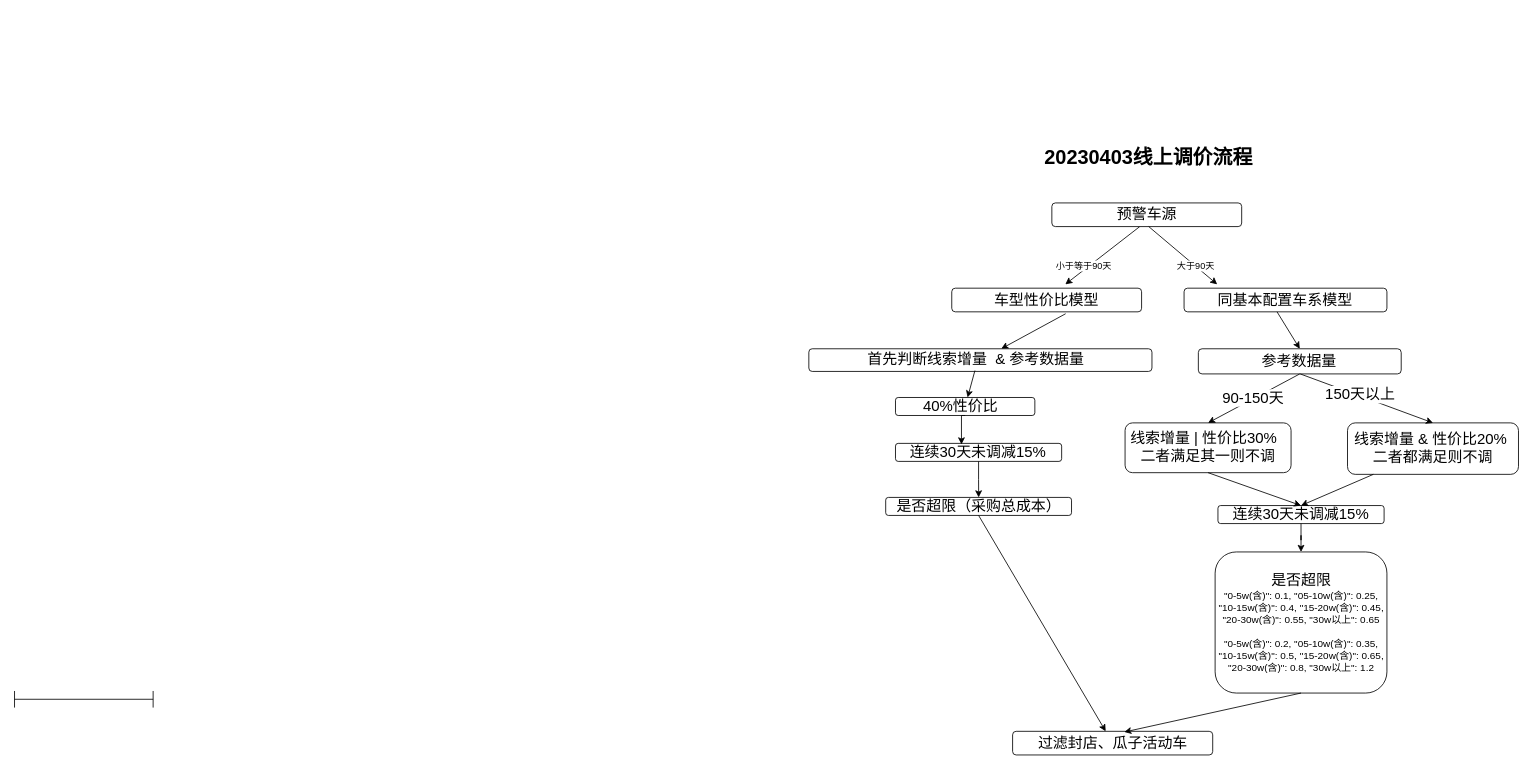
Earlier version of the draw.io diagram c2c智能推广.drawio (mrlonely001/gittest). Source tidied: cells renumbered, new cells numbered last; positions are measured from the earlier drawing's top-left corner, leaving out a move shared by most shapes. Both pictures are drawn from the tidied source at 83%, with x=0, y=0 at pixel (14, 144).
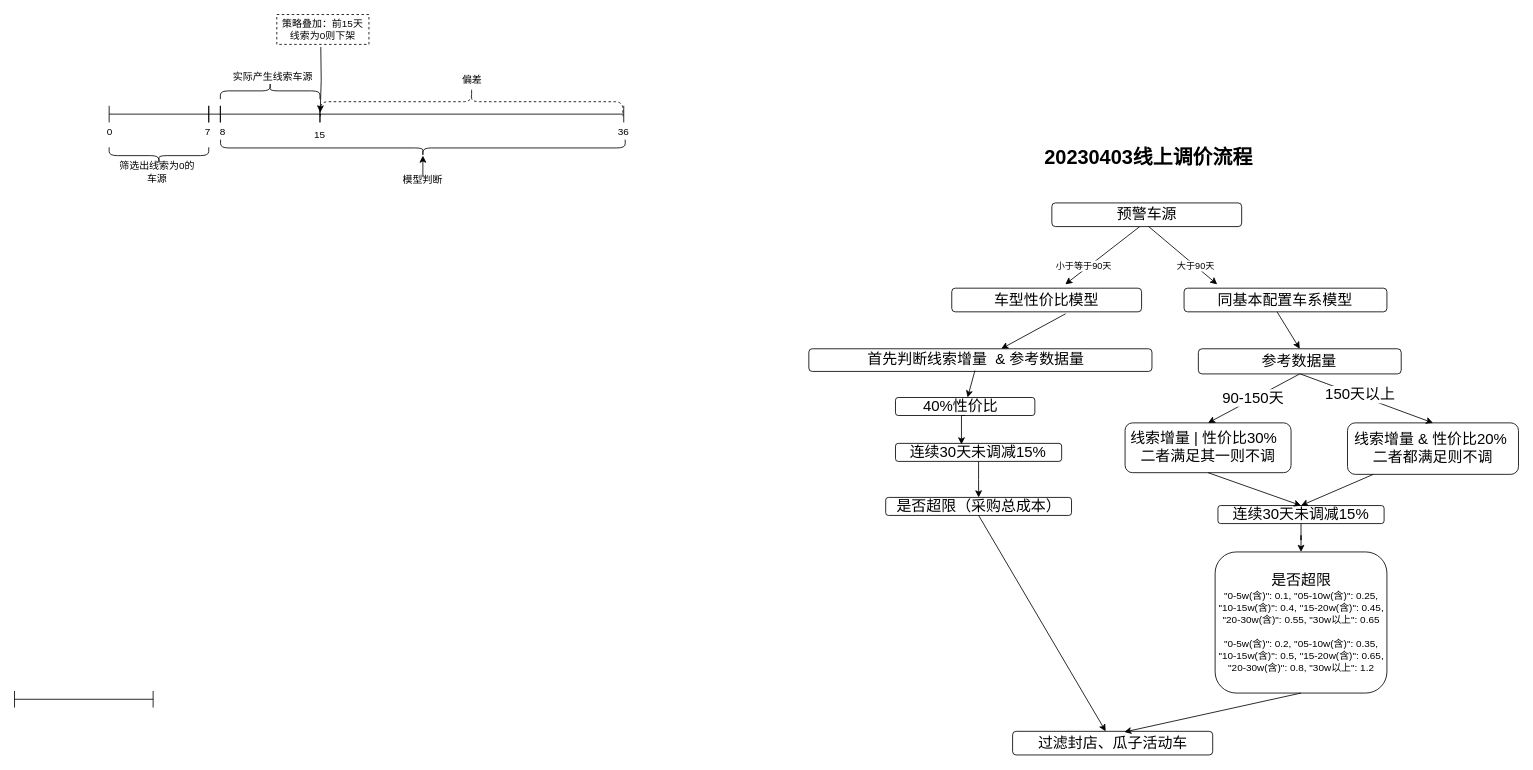
After the change.

Commit message:
更新c2c智能推广.drawio

The edit, as a diff of the source:
```diff
@@
+    <mxCell id="35" style="shape=crossbar;whiteSpace=wrap;html=1;rounded=1;" parent="1" vertex="1">
+      <mxGeometry x="114" y="-47" width="120" height="20" as="geometry" />
+    </mxCell>
+    <mxCell id="36" style="shape=crossbar;whiteSpace=wrap;html=1;rounded=1;" parent="1" vertex="1">
+      <mxGeometry x="234" y="-47" width="14" height="20" as="geometry" />
+    </mxCell>
+    <mxCell id="37" style="shape=crossbar;whiteSpace=wrap;html=1;rounded=1;" parent="1" vertex="1">
+      <mxGeometry x="248" y="-47" width="120" height="20" as="geometry" />
+    </mxCell>
+    <mxCell id="38" value="0" style="text;html=1;strokeColor=none;fillColor=none;align=center;verticalAlign=middle;whiteSpace=wrap;rounded=0;" parent="1" vertex="1">
+      <mxGeometry x="85" y="-30" width="60" height="30" as="geometry" />
+    </mxCell>
+    <mxCell id="39" value="7" style="text;html=1;strokeColor=none;fillColor=none;align=center;verticalAlign=middle;whiteSpace=wrap;rounded=0;" parent="1" vertex="1">
+      <mxGeometry x="203" y="-30" width="60" height="30" as="geometry" />
+    </mxCell>
+    <mxCell id="40" value="8" style="text;html=1;strokeColor=none;fillColor=none;align=center;verticalAlign=middle;whiteSpace=wrap;rounded=0;" parent="1" vertex="1">
+      <mxGeometry x="221" y="-30" width="60" height="30" as="geometry" />
+    </mxCell>
+    <mxCell id="41" value="15" style="text;html=1;strokeColor=none;fillColor=none;align=center;verticalAlign=middle;whiteSpace=wrap;rounded=0;" parent="1" vertex="1">
+      <mxGeometry x="338" y="-27" width="60" height="30" as="geometry" />
+    </mxCell>
+    <mxCell id="42" style="shape=crossbar;whiteSpace=wrap;html=1;rounded=1;" parent="1" vertex="1">
+      <mxGeometry x="368" y="-47" width="366" height="20" as="geometry" />
+    </mxCell>
+    <mxCell id="43" value="36" style="text;html=1;strokeColor=none;fillColor=none;align=center;verticalAlign=middle;whiteSpace=wrap;rounded=0;" parent="1" vertex="1">
+      <mxGeometry x="704" y="-30" width="60" height="30" as="geometry" />
+    </mxCell>
+    <mxCell id="44" style="shape=curlyBracket;whiteSpace=wrap;html=1;rounded=1;labelPosition=left;verticalLabelPosition=middle;align=right;verticalAlign=middle;rotation=-90;" parent="1" vertex="1">
+      <mxGeometry x="164" y="-47" width="20" height="120" as="geometry" />
+    </mxCell>
+    <mxCell id="45" value="筛选出线索为0的车源" style="text;html=1;strokeColor=none;fillColor=none;align=center;verticalAlign=middle;whiteSpace=wrap;rounded=0;" parent="1" vertex="1">
+      <mxGeometry x="125" y="18" width="94" height="30" as="geometry" />
+    </mxCell>
+    <mxCell id="46" style="shape=curlyBracket;whiteSpace=wrap;html=1;rounded=1;flipH=1;labelPosition=right;verticalLabelPosition=middle;align=left;verticalAlign=middle;rotation=90;" parent="1" vertex="1">
+      <mxGeometry x="482" y="-240" width="20" height="487.5" as="geometry" />
+    </mxCell>
+    <mxCell id="47" style="group;" parent="1" vertex="1">
+      <mxGeometry x="462" y="13" width="60" height="38" as="geometry" />
+    </mxCell>
+    <mxCell id="48" style="endArrow=classic;html=1;rounded=0;entryX=0.5;entryY=1;entryDx=0;entryDy=0;" parent="47" edge="1">
+      <mxGeometry relative="1" as="geometry">
+        <mxPoint x="30" y="25.8" as="sourcePoint" />
+        <mxPoint x="30" as="targetPoint" />
+      </mxGeometry>
+    </mxCell>
+    <mxCell id="49" value="模型判断" style="text;html=1;strokeColor=none;fillColor=none;align=center;verticalAlign=middle;whiteSpace=wrap;rounded=0;" parent="47" vertex="1">
+      <mxGeometry y="22.8" width="60" height="15.2" as="geometry" />
+    </mxCell>
+    <mxCell id="50" style="shape=curlyBracket;whiteSpace=wrap;html=1;rounded=1;flipH=1;labelPosition=right;verticalLabelPosition=middle;align=left;verticalAlign=middle;rotation=-90;" parent="1" vertex="1">
+      <mxGeometry x="298" y="-125" width="20" height="120" as="geometry" />
+    </mxCell>
+    <mxCell id="51" value="实际产生线索车源" style="text;html=1;strokeColor=none;fillColor=none;align=center;verticalAlign=middle;whiteSpace=wrap;rounded=0;" parent="1" vertex="1">
+      <mxGeometry x="261" y="-97" width="101" height="30" as="geometry" />
+    </mxCell>
+    <mxCell id="52" style="shape=curlyBracket;whiteSpace=wrap;html=1;rounded=1;flipH=1;labelPosition=right;verticalLabelPosition=middle;align=left;verticalAlign=middle;rotation=-90;dashed=1;" parent="1" vertex="1">
+      <mxGeometry x="533.2" y="-234.2" width="35" height="364.5" as="geometry" />
+    </mxCell>
+    <mxCell id="53" value="偏差" style="text;html=1;strokeColor=none;fillColor=none;align=center;verticalAlign=middle;whiteSpace=wrap;rounded=0;" parent="1" vertex="1">
+      <mxGeometry x="500.5" y="-93" width="101" height="30" as="geometry" />
+    </mxCell>
+    <mxCell id="54" style="edgeStyle=orthogonalEdgeStyle;rounded=0;orthogonalLoop=1;jettySize=auto;html=1;entryX=0.786;entryY=0.005;entryDx=0;entryDy=0;entryPerimeter=0;" parent="1" edge="1">
+      <mxGeometry relative="1" as="geometry">
+        <mxPoint x="369" y="-117.8" as="sourcePoint" />
+        <mxPoint x="368.3" y="-39" as="targetPoint" />
+      </mxGeometry>
+    </mxCell>
+    <mxCell id="55" value="策略叠加：前15天线索为0则下架" style="text;html=1;strokeColor=default;fillColor=none;align=center;verticalAlign=middle;whiteSpace=wrap;rounded=0;dashed=1;" parent="1" vertex="1">
+      <mxGeometry x="316" y="-157" width="111" height="36" as="geometry" />
+    </mxCell>
```
